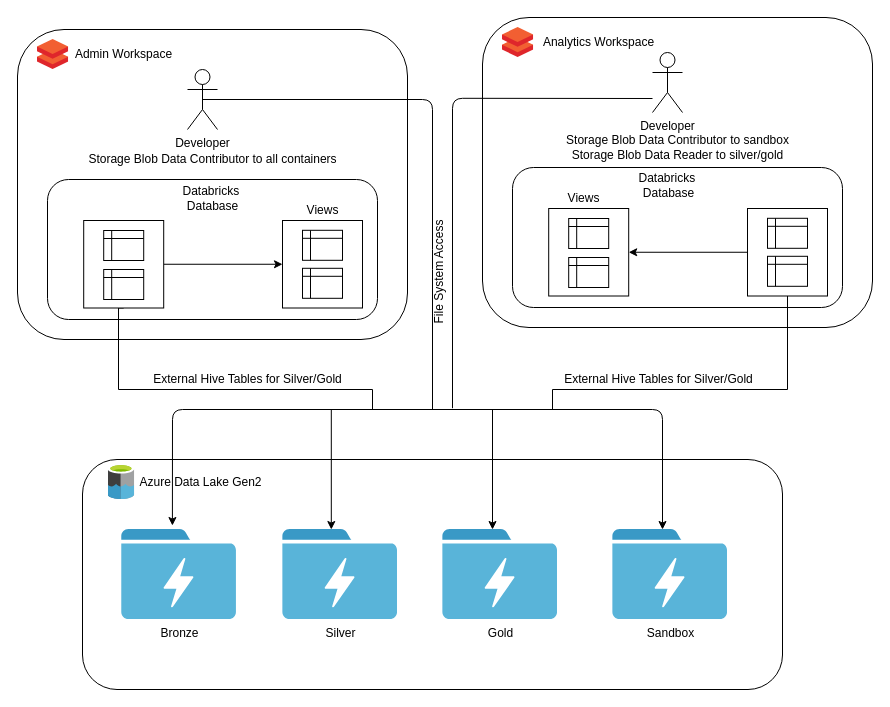
The draw.io diagram DeployDatabricks/imgs/Databricks_Highlevel_Configuration_Diagram.drawio in ryanchynoweth44/DatabricksContent, before the edit. Source tidied: cells renumbered, new cells numbered last; positions are measured from the earlier drawing's top-left corner, leaving out a move shared by most shapes. Both pictures are drawn from the tidied source at 100%, with x=0, y=0 at pixel (17, 17).
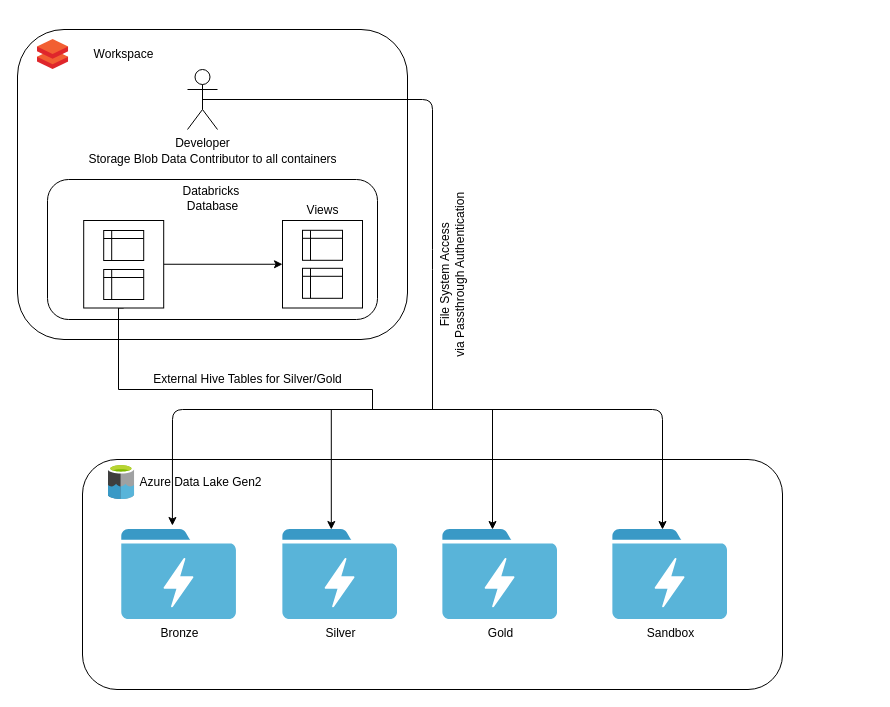
After the change.

Diff of the diagram source:
```diff
@@
-    <mxCell id="8" value="Admin Workspace" style="text;html=1;align=center;verticalAlign=middle;" parent="1" vertex="1">
-      <mxGeometry x="51.2" y="27" width="110" height="20" as="geometry" />
+    <mxCell id="8" value="Workspace" style="text;html=1;align=center;verticalAlign=middle;" parent="1" vertex="1">
+      <mxGeometry x="66.2" y="27" width="80" height="20" as="geometry" />
     </mxCell>
@@
-    <mxCell id="31" value="File System Access" style="text;html=1;align=center;verticalAlign=middle;rotation=-90;" parent="1" vertex="1">
-      <mxGeometry x="362" y="245" width="120" height="20" as="geometry" />
+    <mxCell id="31" value="File System Access&lt;br&gt;via Passthrough Authentication" style="text;html=1;align=center;verticalAlign=middle;rotation=-90;" parent="1" vertex="1">
+      <mxGeometry x="345" y="242.8" width="180" height="30" as="geometry" />
     </mxCell>
-    <mxCell id="32" style="rounded=1;whiteSpace=wrap;html=1;" parent="1" vertex="1">
-      <mxGeometry x="465" width="390" height="310" as="geometry" />
-    </mxCell>
-    <mxCell id="33" style="rounded=1;whiteSpace=wrap;html=1;" parent="1" vertex="1">
-      <mxGeometry x="495" y="150" width="330" height="140" as="geometry" />
-    </mxCell>
-    <mxCell id="34" style="edgeStyle=orthogonalEdgeStyle;rounded=0;jettySize=auto;html=1;exitX=1;exitY=0.5;exitDx=0;exitDy=0;entryX=0;entryY=0.5;entryDx=0;entryDy=0;endArrow=none;endFill=0;startArrow=classic;startFill=1;" parent="1" edge="1" source="36" target="45">
-      <mxGeometry relative="1" as="geometry" />
-    </mxCell>
-    <mxCell id="35" style="edgeStyle=orthogonalEdgeStyle;rounded=0;jettySize=auto;html=1;endArrow=none;endFill=0;exitX=0.5;exitY=1;exitDx=0;exitDy=0;" parent="1" edge="1" source="45">
-      <mxGeometry relative="1" as="geometry">
-        <mxPoint x="535" y="392" as="targetPoint" />
-        <Array as="points">
-          <mxPoint x="770" y="372" />
-          <mxPoint x="535" y="372" />
-        </Array>
-      </mxGeometry>
-    </mxCell>
-    <mxCell id="36" style="rounded=0;whiteSpace=wrap;html=1;" parent="1" vertex="1">
-      <mxGeometry x="531.2" y="191" width="80" height="87.5" as="geometry" />
-    </mxCell>
-    <mxCell id="37" style="html=1;align=center;image;fontSize=12;image=img/lib/mscae/Databricks.svg;" parent="1" vertex="1">
-      <mxGeometry x="485" y="10" width="31.2" height="30" as="geometry" />
-    </mxCell>
-    <mxCell id="38" value="Analytics Workspace" style="text;html=1;align=center;verticalAlign=middle;" parent="1" vertex="1">
-      <mxGeometry x="516.2" y="15" width="130" height="20" as="geometry" />
-    </mxCell>
-    <mxCell id="39" value="Databricks&amp;nbsp;&lt;br&gt;Database" style="text;html=1;align=center;verticalAlign=middle;" parent="1" vertex="1">
-      <mxGeometry x="611.2" y="153" width="80" height="30" as="geometry" />
-    </mxCell>
-    <mxCell id="40" value="Developer" style="shape=umlActor;verticalLabelPosition=bottom;labelBackgroundColor=#ffffff;verticalAlign=top;html=1;" parent="1" vertex="1">
-      <mxGeometry x="635" y="35" width="30" height="60" as="geometry" />
-    </mxCell>
-    <mxCell id="41" value="Storage Blob Data Contributor to sandbox&lt;br&gt;Storage Blob Data Reader to silver/gold" style="text;html=1;align=center;verticalAlign=middle;" parent="1" vertex="1">
-      <mxGeometry x="540" y="115" width="240" height="30" as="geometry" />
-    </mxCell>
-    <mxCell id="42" value="External Hive Tables for Silver/Gold" style="text;html=1;align=center;verticalAlign=middle;rotation=0;" parent="1" vertex="1">
-      <mxGeometry x="541.2" y="352" width="200" height="20" as="geometry" />
-    </mxCell>
-    <mxCell id="43" style="shape=internalStorage;whiteSpace=wrap;html=1;backgroundOutline=1;dx=8;dy=8;" parent="1" vertex="1">
-      <mxGeometry x="551.2" y="240" width="40" height="30" as="geometry" />
-    </mxCell>
-    <mxCell id="44" style="shape=internalStorage;whiteSpace=wrap;html=1;backgroundOutline=1;dx=8;dy=8;" parent="1" vertex="1">
-      <mxGeometry x="551.2" y="201" width="40" height="30" as="geometry" />
-    </mxCell>
-    <mxCell id="45" style="rounded=0;whiteSpace=wrap;html=1;" parent="1" vertex="1">
-      <mxGeometry x="730" y="191" width="80" height="87.5" as="geometry" />
-    </mxCell>
-    <mxCell id="46" style="shape=internalStorage;whiteSpace=wrap;html=1;backgroundOutline=1;dx=8;dy=8;" parent="1" vertex="1">
-      <mxGeometry x="750" y="238.8" width="40" height="30" as="geometry" />
-    </mxCell>
-    <mxCell id="47" style="shape=internalStorage;whiteSpace=wrap;html=1;backgroundOutline=1;dx=8;dy=8;" parent="1" vertex="1">
-      <mxGeometry x="750" y="200.8" width="40" height="30" as="geometry" />
-    </mxCell>
-    <mxCell id="48" value="Views" style="text;html=1;align=center;verticalAlign=middle;rotation=0;" parent="1" vertex="1">
-      <mxGeometry x="541.2" y="171" width="50" height="20" as="geometry" />
-    </mxCell>
-    <mxCell id="49" style="endArrow=none;html=1;endFill=0;" parent="1" edge="1">
-      <mxGeometry relative="1" as="geometry">
-        <mxPoint x="635" y="81" as="sourcePoint" />
-        <mxPoint x="435" y="390.7" as="targetPoint" />
-        <Array as="points">
-          <mxPoint x="435" y="80.8" />
-        </Array>
-      </mxGeometry>
-    </mxCell>
```
